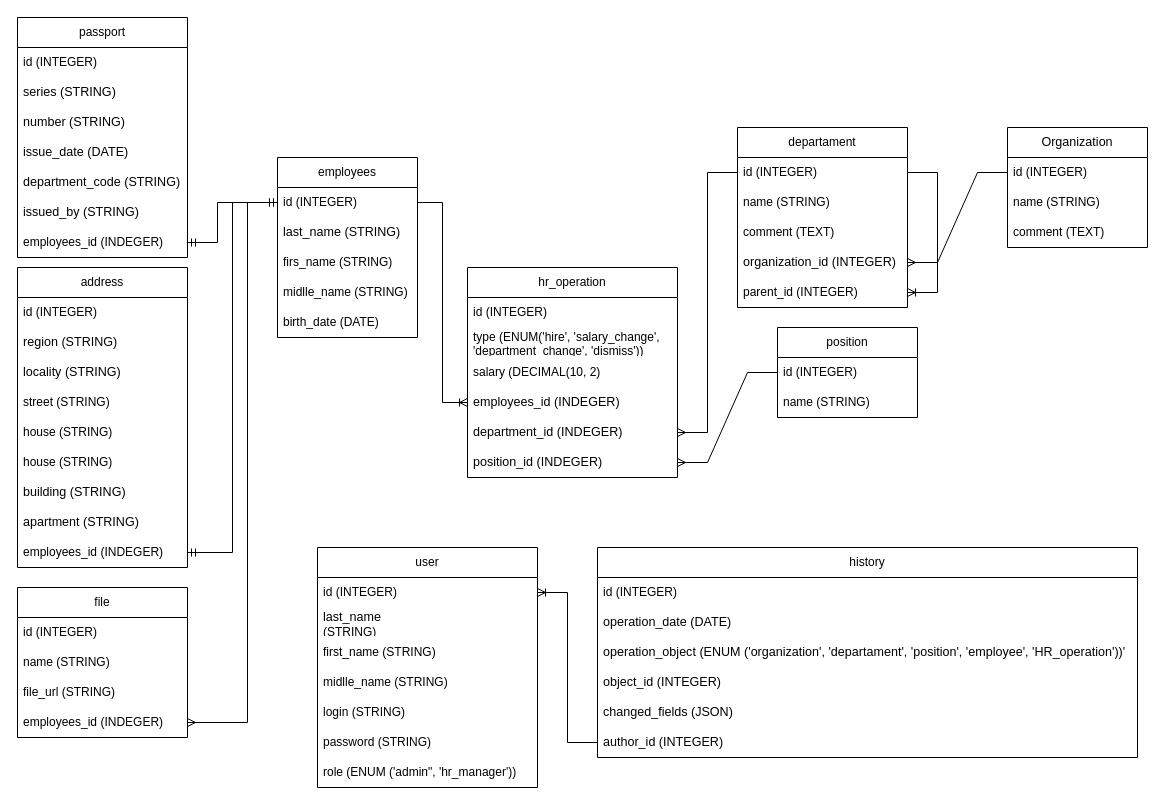
Above: docs/Ареал Проект.drawio in Sa1Ko-inv/areal-hr_ext-test (draw.io), before the change. Source tidied: cells renumbered, new cells numbered last; positions are measured from the earlier drawing's top-left corner, leaving out a move shared by most shapes. Both pictures are drawn from the tidied source at 100%, with x=0, y=0 at pixel (17, 17).
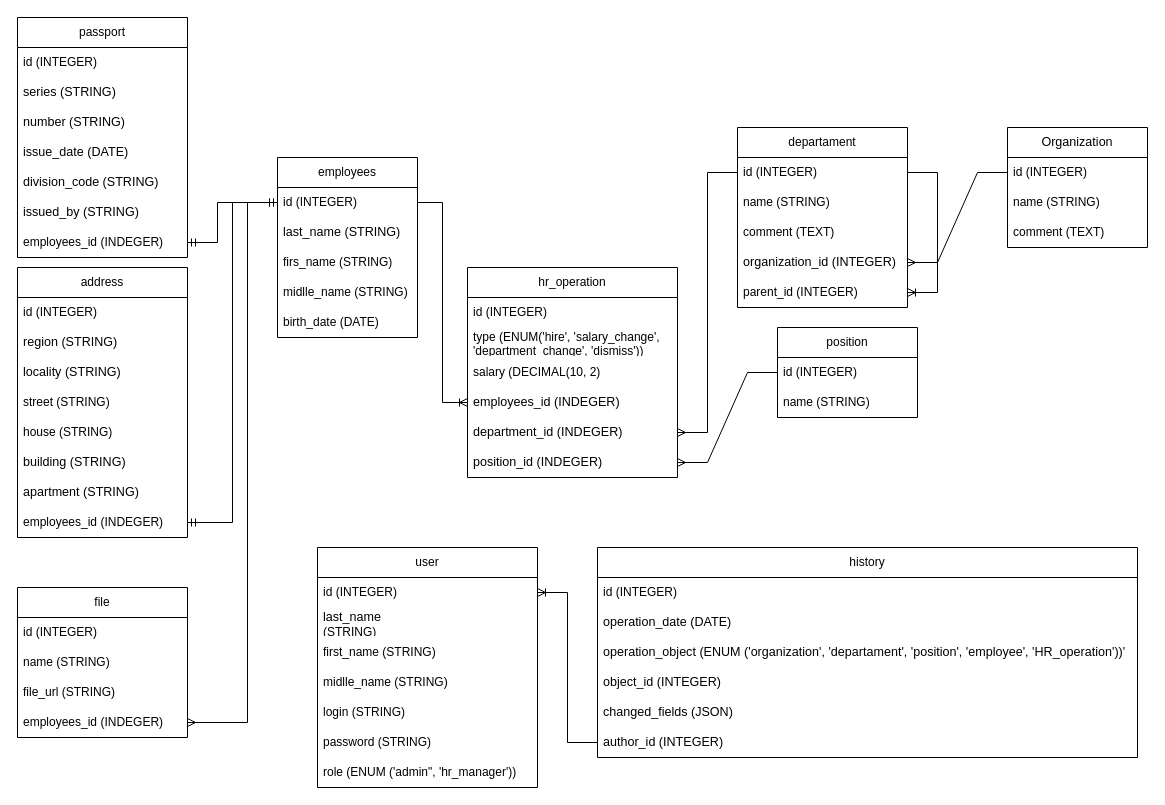
After the change.

The change refers to these unchanged cells:
```xml
<mxCell id="19" value="passport" style="swimlane;fontStyle=0;horizontal=1;startSize=30;whiteSpace=wrap;html=1;" parent="1" vertex="1">
  <mxGeometry width="170" height="240" as="geometry" />
</mxCell>
```

Diff of the diagram source:
```diff
@@
-    <mxCell id="24" value="&lt;pre style=&quot;font-family: var(--ds-font-family-code); overflow: auto; padding: calc(var(--ds-md-zoom)*8px)calc(var(--ds-md-zoom)*12px); word-break: break-all; font-size: 12.573px; margin-top: 0px !important; margin-bottom: 0px !important;&quot;&gt;department_code (STRING)&lt;/pre&gt;" style="text;strokeColor=none;fillColor=none;align=left;verticalAlign=middle;spacingLeft=4;spacingRight=4;overflow=hidden;whiteSpace=wrap;html=1;" parent="19" vertex="1">
+    <mxCell id="24" value="&lt;pre style=&quot;font-family: var(--ds-font-family-code); overflow: auto; padding: calc(var(--ds-md-zoom)*8px)calc(var(--ds-md-zoom)*12px); word-break: break-all; font-size: 12.573px; margin-top: 0px !important; margin-bottom: 0px !important;&quot;&gt;division_code (STRING)&lt;/pre&gt;" style="text;strokeColor=none;fillColor=none;align=left;verticalAlign=middle;spacingLeft=4;spacingRight=4;overflow=hidden;whiteSpace=wrap;html=1;" parent="19" vertex="1">
       <mxGeometry y="150" width="170" height="30" as="geometry" />
     </mxCell>
@@
     <mxCell id="27" value="address" style="swimlane;fontStyle=0;horizontal=1;startSize=30;whiteSpace=wrap;html=1;" parent="1" vertex="1">
-      <mxGeometry y="250" width="170" height="300" as="geometry" />
+      <mxGeometry y="250" width="170" height="270" as="geometry" />
     </mxCell>
@@
-    <mxCell id="33" value="house&amp;nbsp;(STRING)" style="text;strokeColor=none;fillColor=none;align=left;verticalAlign=middle;spacingLeft=4;spacingRight=4;overflow=hidden;whiteSpace=wrap;html=1;" parent="27" vertex="1">
-      <mxGeometry y="180" width="170" height="30" as="geometry" />
-    </mxCell>
     <mxCell id="34" value="&lt;pre style=&quot;font-family: var(--ds-font-family-code); overflow: auto; padding: calc(var(--ds-md-zoom)*8px)calc(var(--ds-md-zoom)*12px); text-wrap-mode: wrap; word-break: break-all; font-size: 12.573px; margin-top: 0px !important; margin-bottom: 0px !important;&quot;&gt;&lt;span style=&quot;&quot; class=&quot;token literal-property property&quot;&gt;&lt;font style=&quot;color: rgb(0, 0, 0);&quot;&gt;building &lt;/font&gt;&lt;/span&gt;(STRING)&lt;/pre&gt;" style="text;strokeColor=none;fillColor=none;align=left;verticalAlign=middle;spacingLeft=4;spacingRight=4;overflow=hidden;whiteSpace=wrap;html=1;" parent="27" vertex="1">
-      <mxGeometry y="210" width="170" height="30" as="geometry" />
+      <mxGeometry y="180" width="170" height="30" as="geometry" />
     </mxCell>
     <mxCell id="35" value="&lt;pre style=&quot;font-family: var(--ds-font-family-code); overflow: auto; padding: calc(var(--ds-md-zoom)*8px)calc(var(--ds-md-zoom)*12px); text-wrap-mode: wrap; word-break: break-all; font-size: 12.573px; margin-top: 0px !important; margin-bottom: 0px !important;&quot;&gt;&lt;span style=&quot;&quot; class=&quot;token literal-property property&quot;&gt;&lt;font style=&quot;color: rgb(0, 0, 0);&quot;&gt;apartment &lt;/font&gt;&lt;/span&gt;(STRING)&lt;/pre&gt;" style="text;strokeColor=none;fillColor=none;align=left;verticalAlign=middle;spacingLeft=4;spacingRight=4;overflow=hidden;whiteSpace=wrap;html=1;" parent="27" vertex="1">
-      <mxGeometry y="240" width="170" height="30" as="geometry" />
+      <mxGeometry y="210" width="170" height="30" as="geometry" />
     </mxCell>
     <mxCell id="36" value="employees_id (INDEGER)" style="text;strokeColor=none;fillColor=none;align=left;verticalAlign=middle;spacingLeft=4;spacingRight=4;overflow=hidden;points=[[0,0.5],[1,0.5]];portConstraint=eastwest;whiteSpace=wrap;html=1;" parent="27" vertex="1">
-      <mxGeometry y="270" width="170" height="30" as="geometry" />
+      <mxGeometry y="240" width="170" height="30" as="geometry" />
     </mxCell>
```
